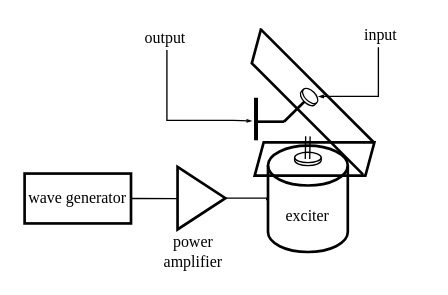
Before: wave generator.drawio in qyu38/DL-paper, a draw.io diagram. Source tidied: cells renumbered, new cells numbered last; positions are measured from the earlier drawing's top-left corner, leaving out a move shared by most shapes. Both pictures are drawn from the tidied source at 133%, with x=0, y=0 at pixel (24, 24).
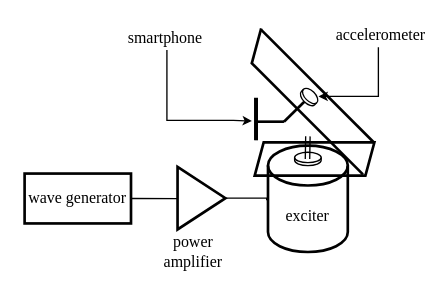
Above is the later version.

The edit, as a diff of the source:
```diff
@@
-    <mxCell id="19" style="edgeStyle=orthogonalEdgeStyle;rounded=0;orthogonalLoop=1;jettySize=auto;html=1;exitX=0.5;exitY=1;exitDx=0;exitDy=0;endSize=2;endArrow=openThin;endFill=0;" parent="1" edge="1">
+    <mxCell id="19" style="edgeStyle=orthogonalEdgeStyle;rounded=0;orthogonalLoop=1;jettySize=auto;html=1;exitX=0.5;exitY=1;exitDx=0;exitDy=0;endSize=4;endArrow=classic;endFill=1;" parent="1" edge="1">
       <mxGeometry relative="1" as="geometry">
         <mxPoint x="266" y="17" as="sourcePoint" />
         <mxPoint x="221" y="54" as="targetPoint" />
         <Array as="points">
           <mxPoint x="266" y="54" />
           <mxPoint x="225" y="54" />
         </Array>
       </mxGeometry>
     </mxCell>
-    <mxCell id="20" value="input" style="text;strokeColor=none;align=center;fillColor=none;html=1;verticalAlign=middle;whiteSpace=wrap;rounded=0;fontFamily=Times New Roman;" parent="1" vertex="1">
+    <mxCell id="20" value="accelerometer" style="text;strokeColor=none;align=center;fillColor=none;html=1;verticalAlign=middle;whiteSpace=wrap;rounded=0;fontFamily=Times New Roman;" parent="1" vertex="1">
       <mxGeometry x="242" width="52" height="15" as="geometry" />
     </mxCell>
-    <mxCell id="21" style="edgeStyle=orthogonalEdgeStyle;rounded=0;orthogonalLoop=1;jettySize=auto;html=1;entryX=0.609;entryY=0.511;entryDx=0;entryDy=0;entryPerimeter=0;endSize=2;endArrow=openThin;endFill=0;" parent="1" edge="1">
+    <mxCell id="21" style="edgeStyle=orthogonalEdgeStyle;rounded=0;orthogonalLoop=1;jettySize=auto;html=1;entryX=0.609;entryY=0.511;entryDx=0;entryDy=0;entryPerimeter=0;endSize=4;endArrow=classic;endFill=1;" parent="1" edge="1">
       <mxGeometry relative="1" as="geometry">
         <mxPoint x="107" y="19" as="sourcePoint" />
         <mxPoint x="170.9" y="72.5" as="targetPoint" />
         <Array as="points">
           <mxPoint x="107" y="72" />
           <mxPoint x="157" y="72" />
         </Array>
       </mxGeometry>
     </mxCell>
-    <mxCell id="22" value="&lt;font face=&quot;Times New Roman&quot;&gt;output&lt;/font&gt;" style="text;strokeColor=none;align=center;fillColor=none;html=1;verticalAlign=middle;whiteSpace=wrap;rounded=0;" parent="1" vertex="1">
+    <mxCell id="22" value="&lt;font face=&quot;Times New Roman&quot;&gt;smartphone&lt;/font&gt;" style="text;strokeColor=none;align=center;fillColor=none;html=1;verticalAlign=middle;whiteSpace=wrap;rounded=0;" parent="1" vertex="1">
       <mxGeometry x="80" y="2" width="52" height="15" as="geometry" />
     </mxCell>
```
